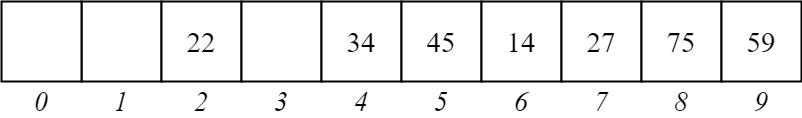
Before: Ejercicio_11.1.png, a diagram exported from draw.io (FelipeAMC-2601/Diagramas). Source tidied: cells renumbered, new cells last; positions are measured from the earlier drawing's top-left corner, leaving out a move shared by most shapes.
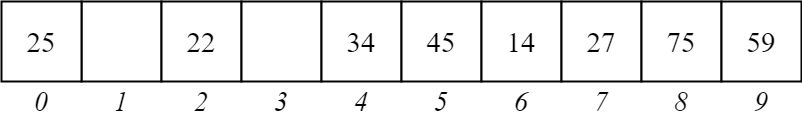
Above is the later version.

The edit, as a diff of the source:
```diff
@@ -20,7 +20,7 @@
     <mxCell id="7" value="&lt;font face=&quot;Times New Roman&quot; style=&quot;font-size: 29px&quot;&gt;14&lt;/font&gt;" style="whiteSpace=wrap;html=1;strokeWidth=2;fontSize=13;" parent="1" vertex="1">
       <mxGeometry x="480" width="80" height="80" as="geometry" />
     </mxCell>
-    <mxCell id="8" style="whiteSpace=wrap;html=1;strokeWidth=2;fontSize=13;" parent="1" vertex="1">
+    <mxCell id="8" value="&lt;font face=&quot;Times New Roman&quot; style=&quot;font-size: 29px&quot;&gt;25&lt;/font&gt;" style="whiteSpace=wrap;html=1;strokeWidth=2;fontSize=13;" parent="1" vertex="1">
       <mxGeometry width="80" height="80" as="geometry" />
     </mxCell>
     <mxCell id="9" value="&lt;font face=&quot;Times New Roman&quot; style=&quot;font-size: 29px&quot;&gt;27&lt;/font&gt;" style="whiteSpace=wrap;html=1;strokeWidth=2;fontSize=13;" parent="1" vertex="1">
```
